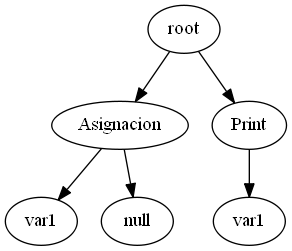
Before: SoftwareArit/AST.png, a diagram exported from Graphviz (EverChicas/ARIT). Its source is kept beside it as SoftwareArit/AST.dot.
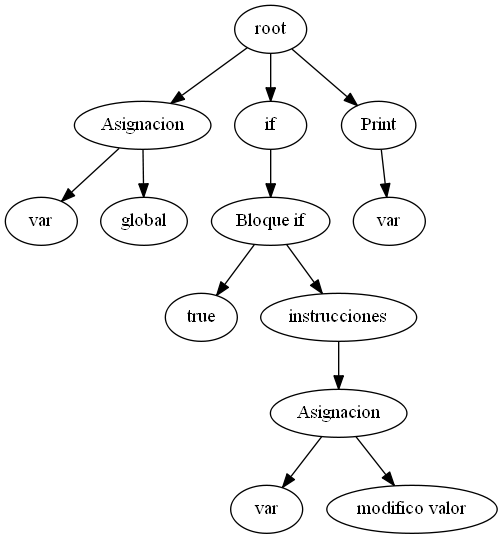
After the commit.

Change to the diagram source:
```diff
@@ -1,15 +1,31 @@
 digraph G{
-6 [label = "root"];
-2 [label = "var1"];
+13 [label = "root"];
+2 [label = "var"];
 3 [label = "Asignacion"];
 3 -> 2;
-1 [label = "null"];
+1 [label = "global"];
 3 [label = "Asignacion"];
 3 -> 1;
-4 [label = "var1"];
-5 [label = "Print"];
-5 -> 4;
-6 -> 3;
-6 -> 5;
+10[label = "if"];
+4 [label = "true"];
+9 [label = "Bloque if"];
+9 -> 4;
+8[label = "instrucciones"];
+6 [label = "var"];
+7 [label = "Asignacion"];
+7 -> 6;
+5 [label = "modifico valor"];
+7 [label = "Asignacion"];
+7 -> 5;
+8 -> 7;
+9 [label = "Bloque if"];
+9 -> 8;
+10 -> 9;
+11 [label = "var"];
+12 [label = "Print"];
+12 -> 11;
+13 -> 3;
+13 -> 10;
+13 -> 12;
 
 }
```
